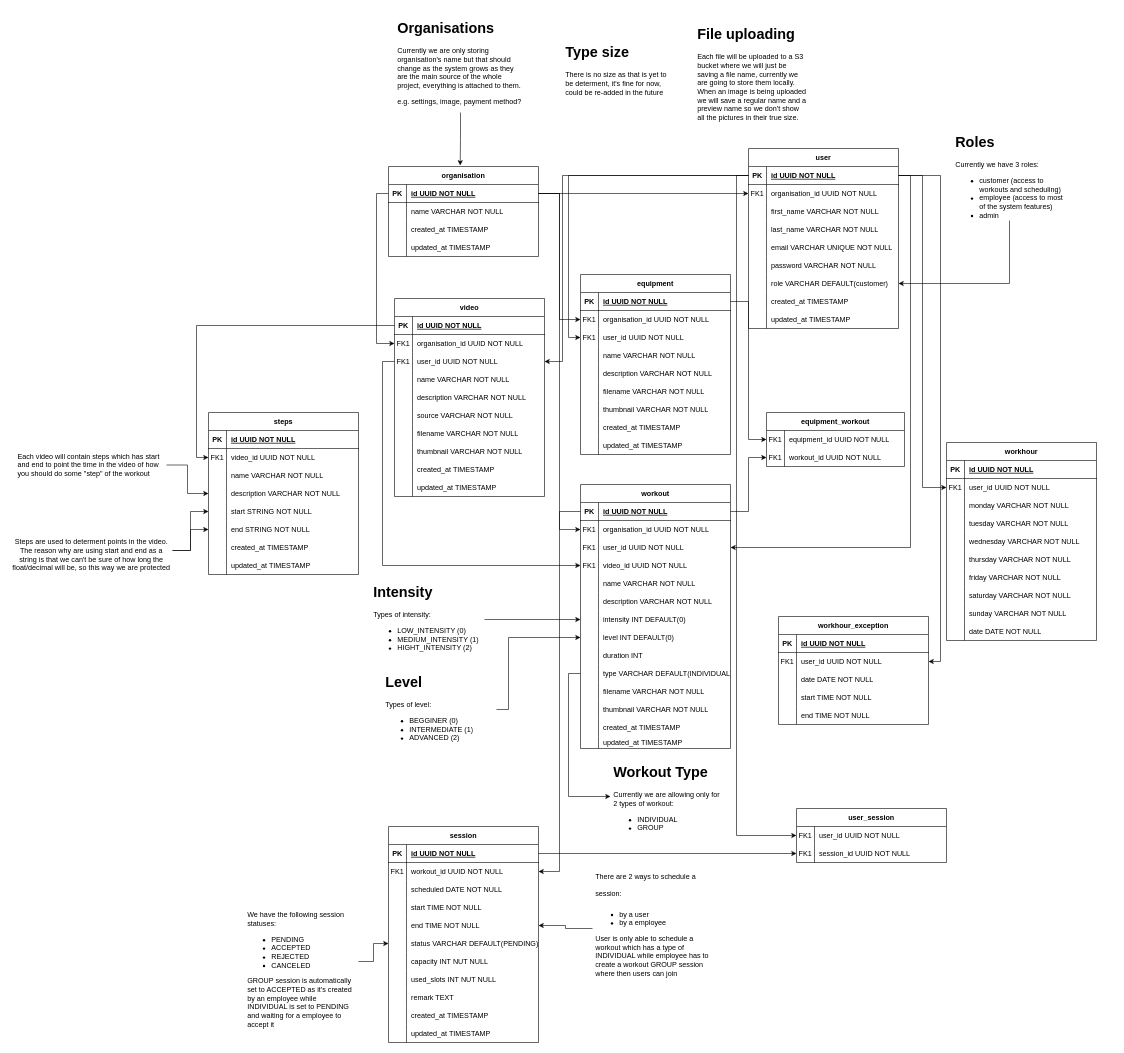
Earlier version of the draw.io diagram fitness-api.drawio (jstojiljkovic/fitness-api). Source tidied: cells renumbered, new cells numbered last; positions are measured from the earlier drawing's top-left corner, leaving out a move shared by most shapes. Both pictures are drawn from the tidied source at 60%, with x=0, y=0 at pixel (10, 16).
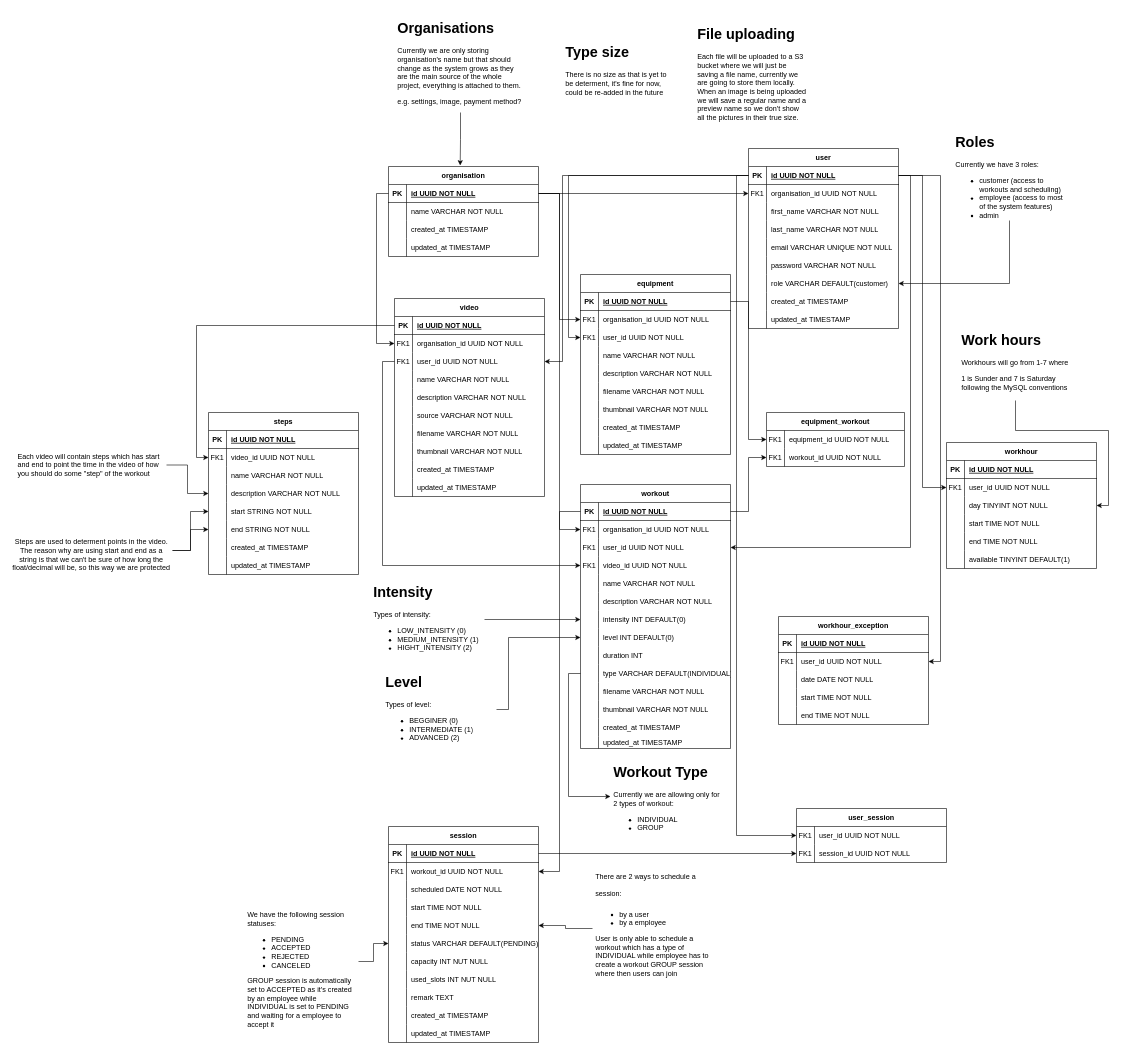
The same diagram, later.

Commit message:
Updated Work hour ERD

The edit, as a diff of the source:
```diff
@@
     <mxCell id="197" value="workhour" style="shape=table;startSize=30;childLayout=tableLayout;rowLines=0;fontStyle=1;align=center;" parent="1" vertex="1">
-      <mxGeometry x="1560" y="710" width="250" height="330" as="geometry" />
+      <mxGeometry x="1560" y="710" width="250" height="210" as="geometry" />
     </mxCell>
@@
-    <mxCell id="204" style="shape=tableRow;horizontal=0;startSize=0;swimlaneHead=0;swimlaneBody=0;fillColor=none;top=0;left=0;right=0;bottom=0;" parent="197" vertex="1">
-      <mxGeometry y="90" width="250" height="30" as="geometry" />
-    </mxCell>
-    <mxCell id="205" style="shape=partialRectangle;fillColor=none;top=0;left=0;bottom=0;right=0;overflow=hidden;" parent="204" vertex="1">
-      <mxGeometry width="30" height="30" as="geometry" />
-    </mxCell>
-    <mxCell id="206" value="monday VARCHAR NOT NULL" style="shape=partialRectangle;fillColor=none;top=0;left=0;bottom=0;right=0;align=left;spacingLeft=6;overflow=hidden;" parent="204" vertex="1">
-      <mxGeometry x="30" width="220" height="30" as="geometry" />
-    </mxCell>
-    <mxCell id="207" style="shape=tableRow;horizontal=0;startSize=0;swimlaneHead=0;swimlaneBody=0;fillColor=none;top=0;left=0;right=0;bottom=0;" parent="197" vertex="1">
-      <mxGeometry y="120" width="250" height="30" as="geometry" />
-    </mxCell>
-    <mxCell id="208" style="shape=partialRectangle;fillColor=none;top=0;left=0;bottom=0;right=0;overflow=hidden;" parent="207" vertex="1">
-      <mxGeometry width="30" height="30" as="geometry" />
-    </mxCell>
-    <mxCell id="209" value="tuesday VARCHAR NOT NULL" style="shape=partialRectangle;fillColor=none;top=0;left=0;bottom=0;right=0;align=left;spacingLeft=6;overflow=hidden;" parent="207" vertex="1">
-      <mxGeometry x="30" width="220" height="30" as="geometry" />
-    </mxCell>
-    <mxCell id="210" style="shape=tableRow;horizontal=0;startSize=0;swimlaneHead=0;swimlaneBody=0;fillColor=none;top=0;left=0;right=0;bottom=0;" parent="197" vertex="1">
-      <mxGeometry y="150" width="250" height="30" as="geometry" />
-    </mxCell>
-    <mxCell id="211" style="shape=partialRectangle;fillColor=none;top=0;left=0;bottom=0;right=0;overflow=hidden;" parent="210" vertex="1">
-      <mxGeometry width="30" height="30" as="geometry" />
-    </mxCell>
-    <mxCell id="212" value="wednesday VARCHAR NOT NULL" style="shape=partialRectangle;fillColor=none;top=0;left=0;bottom=0;right=0;align=left;spacingLeft=6;overflow=hidden;" parent="210" vertex="1">
-      <mxGeometry x="30" width="220" height="30" as="geometry" />
-    </mxCell>
-    <mxCell id="213" style="shape=tableRow;horizontal=0;startSize=0;swimlaneHead=0;swimlaneBody=0;fillColor=none;top=0;left=0;right=0;bottom=0;" parent="197" vertex="1">
-      <mxGeometry y="180" width="250" height="30" as="geometry" />
-    </mxCell>
-    <mxCell id="214" style="shape=partialRectangle;fillColor=none;top=0;left=0;bottom=0;right=0;overflow=hidden;" parent="213" vertex="1">
-      <mxGeometry width="30" height="30" as="geometry" />
-    </mxCell>
-    <mxCell id="215" value="thursday VARCHAR NOT NULL" style="shape=partialRectangle;fillColor=none;top=0;left=0;bottom=0;right=0;align=left;spacingLeft=6;overflow=hidden;" parent="213" vertex="1">
-      <mxGeometry x="30" width="220" height="30" as="geometry" />
-    </mxCell>
-    <mxCell id="216" style="shape=tableRow;horizontal=0;startSize=0;swimlaneHead=0;swimlaneBody=0;fillColor=none;top=0;left=0;right=0;bottom=0;" parent="197" vertex="1">
-      <mxGeometry y="210" width="250" height="30" as="geometry" />
-    </mxCell>
-    <mxCell id="217" style="shape=partialRectangle;fillColor=none;top=0;left=0;bottom=0;right=0;overflow=hidden;" parent="216" vertex="1">
-      <mxGeometry width="30" height="30" as="geometry" />
-    </mxCell>
-    <mxCell id="218" value="friday VARCHAR NOT NULL" style="shape=partialRectangle;fillColor=none;top=0;left=0;bottom=0;right=0;align=left;spacingLeft=6;overflow=hidden;" parent="216" vertex="1">
-      <mxGeometry x="30" width="220" height="30" as="geometry" />
-    </mxCell>
     <mxCell id="219" style="shape=tableRow;horizontal=0;startSize=0;swimlaneHead=0;swimlaneBody=0;fillColor=none;points=[[0,0.5],[1,0.5]];portConstraint=eastwest;top=0;left=0;right=0;bottom=0;" parent="197" vertex="1">
-      <mxGeometry y="240" width="250" height="30" as="geometry" />
+      <mxGeometry y="90" width="250" height="30" as="geometry" />
     </mxCell>
@@
-    <mxCell id="221" value="saturday VARCHAR NOT NULL" style="shape=partialRectangle;fillColor=none;top=0;left=0;bottom=0;right=0;align=left;spacingLeft=6;overflow=hidden;" parent="219" vertex="1">
+    <mxCell id="221" value="day TINYINT NOT NULL" style="shape=partialRectangle;fillColor=none;top=0;left=0;bottom=0;right=0;align=left;spacingLeft=6;overflow=hidden;" parent="219" vertex="1">
       <mxGeometry x="30" width="220" height="30" as="geometry" />
     </mxCell>
     <mxCell id="222" style="shape=tableRow;horizontal=0;startSize=0;swimlaneHead=0;swimlaneBody=0;fillColor=none;top=0;left=0;right=0;bottom=0;" parent="197" vertex="1">
-      <mxGeometry y="270" width="250" height="30" as="geometry" />
+      <mxGeometry y="120" width="250" height="30" as="geometry" />
     </mxCell>
@@
-    <mxCell id="224" value="sunday VARCHAR NOT NULL" style="shape=partialRectangle;fillColor=none;top=0;left=0;bottom=0;right=0;align=left;spacingLeft=6;overflow=hidden;" parent="222" vertex="1">
+    <mxCell id="224" value="start TIME NOT NULL" style="shape=partialRectangle;fillColor=none;top=0;left=0;bottom=0;right=0;align=left;spacingLeft=6;overflow=hidden;" parent="222" vertex="1">
       <mxGeometry x="30" width="220" height="30" as="geometry" />
     </mxCell>
-    <mxCell id="225" style="shape=tableRow;horizontal=0;startSize=0;swimlaneHead=0;swimlaneBody=0;fillColor=none;top=0;left=0;right=0;bottom=0;" parent="197" vertex="1">
-      <mxGeometry y="300" width="250" height="30" as="geometry" />
-    </mxCell>
-    <mxCell id="226" style="shape=partialRectangle;fillColor=none;top=0;left=0;bottom=0;right=0;overflow=hidden;" parent="225" vertex="1">
-      <mxGeometry width="30" height="30" as="geometry" />
-    </mxCell>
-    <mxCell id="227" value="date DATE NOT NULL" style="shape=partialRectangle;fillColor=none;top=0;left=0;bottom=0;right=0;align=left;spacingLeft=6;overflow=hidden;" parent="225" vertex="1">
-      <mxGeometry x="30" width="220" height="30" as="geometry" />
-    </mxCell>
+    <mxCell id="210" style="shape=tableRow;horizontal=0;startSize=0;swimlaneHead=0;swimlaneBody=0;fillColor=none;top=0;left=0;right=0;bottom=0;" parent="197" vertex="1">
+      <mxGeometry y="150" width="250" height="30" as="geometry" />
+    </mxCell>
+    <mxCell id="303" style="shape=partialRectangle;fillColor=none;top=0;left=0;bottom=0;right=0;overflow=hidden;" parent="210" vertex="1">
+      <mxGeometry width="30" height="30" as="geometry" />
+    </mxCell>
+    <mxCell id="304" value="end TIME NOT NULL" style="shape=partialRectangle;fillColor=none;top=0;left=0;bottom=0;right=0;align=left;spacingLeft=6;overflow=hidden;" parent="210" vertex="1">
+      <mxGeometry x="30" width="220" height="30" as="geometry" />
+    </mxCell>
+    <mxCell id="213" style="shape=tableRow;horizontal=0;startSize=0;swimlaneHead=0;swimlaneBody=0;fillColor=none;top=0;left=0;right=0;bottom=0;" parent="197" vertex="1">
+      <mxGeometry y="180" width="250" height="30" as="geometry" />
+    </mxCell>
+    <mxCell id="305" style="shape=partialRectangle;fillColor=none;top=0;left=0;bottom=0;right=0;overflow=hidden;" parent="213" vertex="1">
+      <mxGeometry width="30" height="30" as="geometry" />
+    </mxCell>
+    <mxCell id="306" value="available TINYINT DEFAULT(1)" style="shape=partialRectangle;fillColor=none;top=0;left=0;bottom=0;right=0;align=left;spacingLeft=6;overflow=hidden;" parent="213" vertex="1">
+      <mxGeometry x="30" width="220" height="30" as="geometry" />
+    </mxCell>
@@
+    <mxCell id="307" style="edgeStyle=orthogonalEdgeStyle;rounded=0;jettySize=auto;html=1;exitX=0.5;exitY=1;exitDx=0;exitDy=0;entryX=1;entryY=0.5;entryDx=0;entryDy=0;fontSize=12;" parent="1" edge="1" source="308" target="219">
+      <mxGeometry relative="1" as="geometry">
+        <Array as="points">
+          <mxPoint x="1675" y="690" />
+          <mxPoint x="1830" y="690" />
+          <mxPoint x="1830" y="815" />
+        </Array>
+      </mxGeometry>
+    </mxCell>
+    <mxCell id="308" value="&lt;h1&gt;Work hours&lt;/h1&gt;&lt;p&gt;Workhours will go from 1-7 where&lt;/p&gt;&lt;p&gt;1 is Sunder and 7 is Saturday following the MySQL conventions&lt;/p&gt;" style="text;html=1;strokeColor=none;fillColor=none;spacing=5;spacingTop=-20;whiteSpace=wrap;overflow=hidden;rounded=0;fontSize=12;" parent="1" vertex="1">
+      <mxGeometry x="1580" y="520" width="190" height="120" as="geometry" />
+    </mxCell>
```
